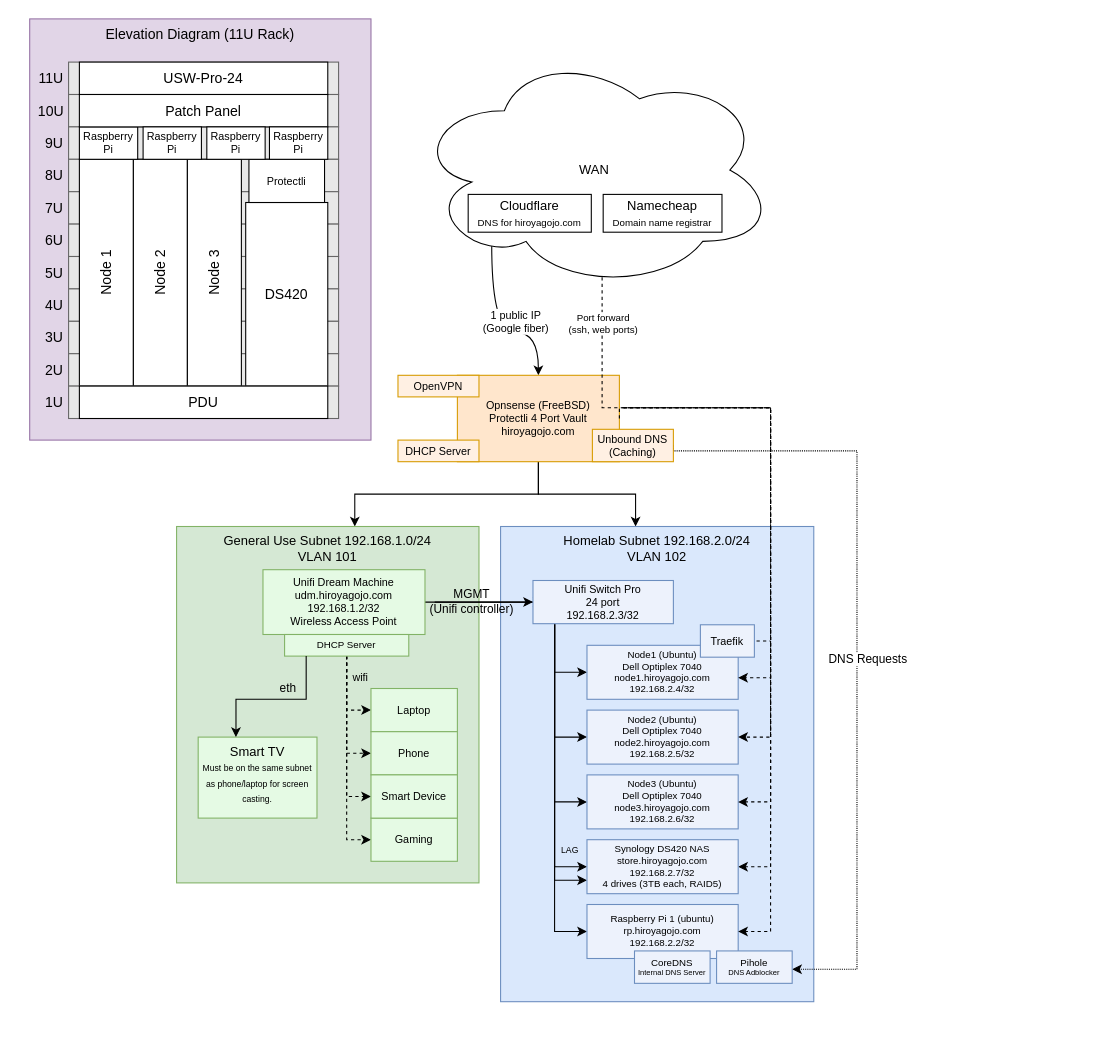
Above: homelab.drawio in HiDoYa/homelab (draw.io), before the change. Source tidied: cells renumbered, new cells numbered last; positions are measured from the earlier drawing's top-left corner, leaving out a move shared by most shapes. Both pictures are drawn from the tidied source at 108%, with x=0, y=0 at pixel (18, 18).
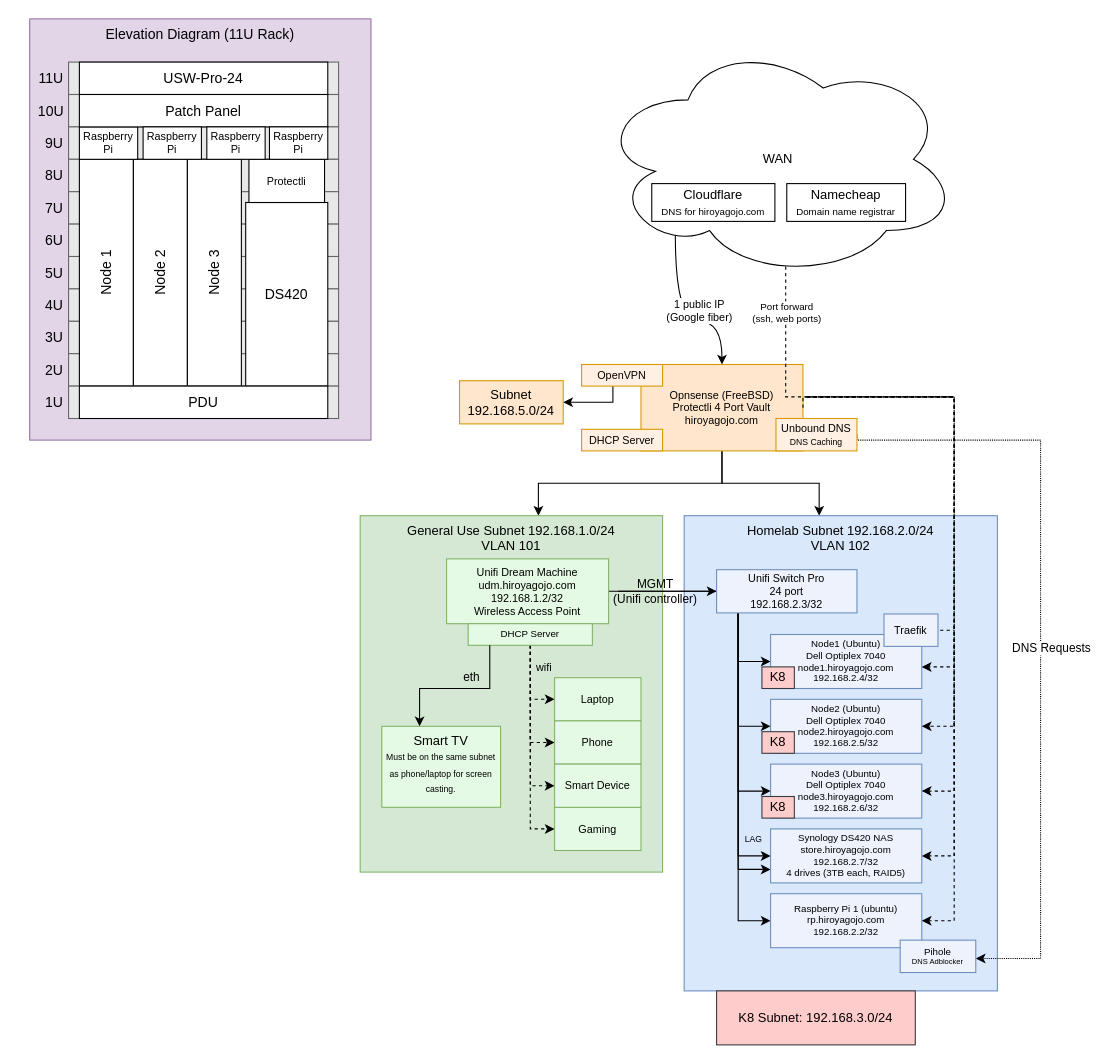
The same page after the edit.

Diff of the diagram source:
```diff
@@
     <mxCell id="14" style="edgeStyle=orthogonalEdgeStyle;rounded=0;jettySize=auto;html=1;fontSize=11;startArrow=classic;startFill=1;endArrow=none;endFill=0;" parent="1" edge="1" source="15" target="20">
       <mxGeometry relative="1" as="geometry">
         <Array as="points">
-          <mxPoint x="311" y="440" />
-          <mxPoint x="481" y="440" />
+          <mxPoint x="481" y="430" />
+          <mxPoint x="651" y="430" />
         </Array>
       </mxGeometry>
     </mxCell>
     <mxCell id="15" value="General Use Subnet 192.168.1.0/24&lt;br&gt;VLAN 101" style="rounded=0;whiteSpace=wrap;html=1;verticalAlign=top;fillColor=#d5e8d4;strokeColor=#82b366;" parent="1" vertex="1">
-      <mxGeometry x="146" y="470" width="280" height="330" as="geometry" />
+      <mxGeometry x="316" y="460" width="280" height="330" as="geometry" />
     </mxCell>
     <mxCell id="16" style="edgeStyle=orthogonalEdgeStyle;rounded=0;jettySize=auto;html=1;fontSize=11;startArrow=classic;startFill=1;endArrow=none;endFill=0;" parent="1" edge="1" source="17" target="20">
       <mxGeometry relative="1" as="geometry">
         <Array as="points">
-          <mxPoint x="571" y="440" />
-          <mxPoint x="481" y="440" />
+          <mxPoint x="741" y="430" />
+          <mxPoint x="651" y="430" />
         </Array>
       </mxGeometry>
     </mxCell>
     <mxCell id="17" value="Homelab Subnet 192.168.2.0/24&lt;br&gt;VLAN 102" style="rounded=0;whiteSpace=wrap;html=1;verticalAlign=top;fillColor=#dae8fc;strokeColor=#6c8ebf;" parent="1" vertex="1">
-      <mxGeometry x="446" y="470" width="290" height="440" as="geometry" />
+      <mxGeometry x="616" y="460" width="290" height="440" as="geometry" />
     </mxCell>
     <mxCell id="18" value="DNS Requests" style="edgeStyle=orthogonalEdgeStyle;rounded=0;jettySize=auto;html=1;fontSize=11;exitX=1;exitY=0.5;exitDx=0;exitDy=0;dashed=1;dashPattern=1 1;" parent="1" edge="1" source="45" target="58">
       <mxGeometry x="0.03" y="10" relative="1" as="geometry">
         <Array as="points">
-          <mxPoint x="606" y="400" />
-          <mxPoint x="776" y="400" />
-          <mxPoint x="776" y="880" />
+          <mxPoint x="776" y="390" />
+          <mxPoint x="946" y="390" />
+          <mxPoint x="946" y="870" />
         </Array>
       </mxGeometry>
     </mxCell>
@@
     <mxCell id="20" value="Opnsense (FreeBSD)&lt;br style=&quot;font-size: 10px;&quot;&gt;Protectli 4 Port Vault&lt;br style=&quot;font-size: 10px;&quot;&gt;hiroyagojo.com" style="rounded=0;whiteSpace=wrap;html=1;fillColor=#ffe6cc;strokeColor=#d79b00;fontSize=10;" parent="1" vertex="1">
-      <mxGeometry x="406" y="330" width="150" height="80" as="geometry" />
+      <mxGeometry x="576" y="320" width="150" height="80" as="geometry" />
     </mxCell>
     <mxCell id="21" value="MGMT &lt;br&gt;(Unifi controller)" style="edgeStyle=orthogonalEdgeStyle;rounded=0;orthogonalLoop=1;jettySize=auto;html=1;entryX=0;entryY=0.5;entryDx=0;entryDy=0;labelBackgroundColor=none;" parent="1" edge="1">
       <mxGeometry x="-0.32" relative="1" as="geometry">
-        <mxPoint x="385" y="540" as="sourcePoint" />
-        <mxPoint x="485" y="540" as="targetPoint" />
+        <mxPoint x="555" y="530" as="sourcePoint" />
+        <mxPoint x="655" y="530" as="targetPoint" />
       </mxGeometry>
     </mxCell>
@@
     <mxCell id="23" value="Unifi Dream Machine&lt;br style=&quot;font-size: 10px;&quot;&gt;udm.hiroyagojo.com&lt;br&gt;192.168.1.2/32&lt;br style=&quot;font-size: 10px;&quot;&gt;Wireless Access Point" style="rounded=0;whiteSpace=wrap;html=1;fontSize=10;fillColor=#E5FAE4;strokeColor=#82B366;" parent="1" vertex="1">
-      <mxGeometry x="226" y="510" width="150" height="60" as="geometry" />
+      <mxGeometry x="396" y="500" width="150" height="60" as="geometry" />
     </mxCell>
     <mxCell id="24" style="edgeStyle=orthogonalEdgeStyle;rounded=0;jettySize=auto;html=1;entryX=0;entryY=0.5;entryDx=0;entryDy=0;fontSize=9;" parent="1" edge="1" source="30" target="35">
       <mxGeometry relative="1" as="geometry">
         <Array as="points">
-          <mxPoint x="496" y="605" />
+          <mxPoint x="666" y="595" />
         </Array>
       </mxGeometry>
     </mxCell>
     <mxCell id="25" style="edgeStyle=orthogonalEdgeStyle;rounded=0;jettySize=auto;html=1;entryX=0;entryY=0.5;entryDx=0;entryDy=0;fontSize=9;" parent="1" edge="1" source="30" target="36">
       <mxGeometry relative="1" as="geometry">
         <Array as="points">
-          <mxPoint x="496" y="665" />
+          <mxPoint x="666" y="655" />
         </Array>
       </mxGeometry>
     </mxCell>
     <mxCell id="26" style="edgeStyle=orthogonalEdgeStyle;rounded=0;jettySize=auto;html=1;entryX=0;entryY=0.5;entryDx=0;entryDy=0;fontSize=9;" parent="1" edge="1" source="30" target="37">
       <mxGeometry relative="1" as="geometry">
         <Array as="points">
-          <mxPoint x="496" y="725" />
+          <mxPoint x="666" y="715" />
         </Array>
       </mxGeometry>
     </mxCell>
     <mxCell id="27" style="edgeStyle=orthogonalEdgeStyle;rounded=0;jettySize=auto;html=1;entryX=0;entryY=0.5;entryDx=0;entryDy=0;fontSize=9;" parent="1" edge="1" source="30" target="38">
       <mxGeometry relative="1" as="geometry">
         <Array as="points">
-          <mxPoint x="496" y="845" />
+          <mxPoint x="666" y="835" />
         </Array>
       </mxGeometry>
     </mxCell>
     <mxCell id="28" value="LAG" style="edgeStyle=orthogonalEdgeStyle;rounded=0;jettySize=auto;html=1;entryX=0;entryY=0.5;entryDx=0;entryDy=0;fontSize=8;startArrow=none;startFill=0;endArrow=classic;endFill=1;labelBackgroundColor=none;" parent="1" edge="1" source="30" target="47">
       <mxGeometry x="0.65" y="14" relative="1" as="geometry">
         <Array as="points">
-          <mxPoint x="496" y="785" />
+          <mxPoint x="666" y="775" />
         </Array>
       </mxGeometry>
     </mxCell>
     <mxCell id="29" style="edgeStyle=orthogonalEdgeStyle;rounded=0;jettySize=auto;html=1;entryX=0;entryY=0.75;entryDx=0;entryDy=0;labelBackgroundColor=none;" parent="1" edge="1" target="47">
       <mxGeometry relative="1" as="geometry">
-        <mxPoint x="496" y="560" as="sourcePoint" />
+        <mxPoint x="666" y="550" as="sourcePoint" />
         <Array as="points">
-          <mxPoint x="496" y="798" />
+          <mxPoint x="666" y="788" />
         </Array>
       </mxGeometry>
     </mxCell>
     <mxCell id="30" value="Unifi Switch Pro&lt;br style=&quot;font-size: 10px;&quot;&gt;24 port&lt;br style=&quot;font-size: 10px;&quot;&gt;192.168.2.3/32" style="rounded=0;whiteSpace=wrap;html=1;fontSize=10;fillColor=#EDF2FC;strokeColor=#6c8ebf;" parent="1" vertex="1">
-      <mxGeometry x="476" y="520" width="130" height="40" as="geometry" />
+      <mxGeometry x="646" y="510" width="130" height="40" as="geometry" />
     </mxCell>
     <mxCell id="31" style="edgeStyle=orthogonalEdgeStyle;rounded=0;jettySize=auto;html=1;dashed=1;fontSize=9;exitX=0.521;exitY=0.951;exitDx=0;exitDy=0;exitPerimeter=0;endArrow=none;endFill=0;" parent="1" edge="1" source="33">
       <mxGeometry relative="1" as="geometry">
-        <mxPoint x="696" y="360" as="targetPoint" />
+        <mxPoint x="866" y="350" as="targetPoint" />
         <Array as="points">
-          <mxPoint x="540" y="360" />
+          <mxPoint x="710" y="350" />
         </Array>
       </mxGeometry>
     </mxCell>
@@
     <mxCell id="33" value="WAN" style="ellipse;shape=cloud;whiteSpace=wrap;html=1;verticalAlign=middle;" parent="1" vertex="1">
-      <mxGeometry x="366" y="30" width="334" height="220" as="geometry" />
+      <mxGeometry x="536" y="20" width="334" height="220" as="geometry" />
     </mxCell>
     <mxCell id="34" value="Smart TV&lt;br&gt;&lt;font style=&quot;font-size: 8px;&quot;&gt;Must be on the same subnet as phone/laptop for screen casting.&lt;/font&gt;" style="rounded=0;whiteSpace=wrap;html=1;horizontal=1;verticalAlign=top;fillColor=#E5FAE4;strokeColor=#82B366;" parent="1" vertex="1">
-      <mxGeometry x="166" y="665" width="110" height="75" as="geometry" />
+      <mxGeometry x="336" y="655" width="110" height="75" as="geometry" />
     </mxCell>
     <mxCell id="35" value="Node1 (Ubuntu)&lt;br&gt;Dell Optiplex 7040&lt;br style=&quot;font-size: 9px;&quot;&gt;node1.hiroyagojo.com&lt;br&gt;192.168.2.4/32" style="rounded=0;whiteSpace=wrap;html=1;fontSize=9;fillColor=#EDF2FC;strokeColor=#6c8ebf;" parent="1" vertex="1">
-      <mxGeometry x="526" y="580" width="140" height="50" as="geometry" />
+      <mxGeometry x="696" y="570" width="140" height="50" as="geometry" />
     </mxCell>
     <mxCell id="36" value="Node2 (Ubuntu)&lt;br&gt;Dell Optiplex 7040&lt;br&gt;node2.hiroyagojo.com&lt;br&gt;192.168.2.5/32" style="rounded=0;whiteSpace=wrap;html=1;fontSize=9;fillColor=#EDF2FC;strokeColor=#6c8ebf;" parent="1" vertex="1">
-      <mxGeometry x="526" y="640" width="140" height="50" as="geometry" />
+      <mxGeometry x="696" y="630" width="140" height="50" as="geometry" />
     </mxCell>
     <mxCell id="37" value="Node3 (Ubuntu)&lt;br&gt;Dell Optiplex 7040&lt;br&gt;node3.hiroyagojo.com&lt;br&gt;192.168.2.6/32" style="rounded=0;whiteSpace=wrap;html=1;fontSize=9;fillColor=#EDF2FC;strokeColor=#6c8ebf;" parent="1" vertex="1">
-      <mxGeometry x="526" y="700" width="140" height="50" as="geometry" />
+      <mxGeometry x="696" y="690" width="140" height="50" as="geometry" />
     </mxCell>
     <mxCell id="38" value="Raspberry Pi 1 (ubuntu)&lt;br&gt;rp.hiroyagojo.com&lt;br&gt;192.168.2.2/32" style="rounded=0;whiteSpace=wrap;html=1;fontSize=9;fillColor=#EDF2FC;strokeColor=#6c8ebf;" parent="1" vertex="1">
-      <mxGeometry x="526" y="820" width="140" height="50" as="geometry" />
+      <mxGeometry x="696" y="810" width="140" height="50" as="geometry" />
     </mxCell>
     <mxCell id="39" style="edgeStyle=orthogonalEdgeStyle;rounded=0;jettySize=auto;html=1;dashed=1;fontSize=11;startArrow=none;startFill=0;endArrow=classic;endFill=1;entryX=1;entryY=0.5;entryDx=0;entryDy=0;" parent="1" edge="1" target="47">
       <mxGeometry x="-0.26" y="5" relative="1" as="geometry">
-        <mxPoint x="560" y="360" as="sourcePoint" />
+        <mxPoint x="730" y="350" as="sourcePoint" />
         <Array as="points">
-          <mxPoint x="696" y="360" />
-          <mxPoint x="696" y="785" />
+          <mxPoint x="866" y="350" />
+          <mxPoint x="866" y="775" />
         </Array>
       </mxGeometry>
     </mxCell>
     <mxCell id="40" style="edgeStyle=orthogonalEdgeStyle;rounded=0;jettySize=auto;html=1;entryX=1;entryY=0.5;entryDx=0;entryDy=0;fontSize=8;startArrow=none;startFill=0;endArrow=classic;endFill=1;dashed=1;" parent="1" edge="1" target="38">
       <mxGeometry relative="1" as="geometry">
-        <mxPoint x="560" y="360" as="sourcePoint" />
+        <mxPoint x="730" y="350" as="sourcePoint" />
         <Array as="points">
-          <mxPoint x="696" y="360" />
-          <mxPoint x="696" y="845" />
+          <mxPoint x="866" y="350" />
+          <mxPoint x="866" y="835" />
         </Array>
       </mxGeometry>
     </mxCell>
     <mxCell id="41" style="edgeStyle=orthogonalEdgeStyle;rounded=0;jettySize=auto;html=1;entryX=1;entryY=0.5;entryDx=0;entryDy=0;fontSize=8;startArrow=none;startFill=0;endArrow=classic;endFill=1;dashed=1;" parent="1" edge="1" target="37">
       <mxGeometry relative="1" as="geometry">
-        <mxPoint x="560" y="360" as="sourcePoint" />
+        <mxPoint x="730" y="350" as="sourcePoint" />
         <Array as="points">
-          <mxPoint x="696" y="360" />
-          <mxPoint x="696" y="725" />
+          <mxPoint x="866" y="350" />
+          <mxPoint x="866" y="715" />
         </Array>
       </mxGeometry>
     </mxCell>
     <mxCell id="42" style="edgeStyle=orthogonalEdgeStyle;rounded=0;jettySize=auto;html=1;entryX=1;entryY=0.5;entryDx=0;entryDy=0;fontSize=8;startArrow=none;startFill=0;endArrow=classic;endFill=1;dashed=1;exitX=1;exitY=0.5;exitDx=0;exitDy=0;" parent="1" edge="1" source="20" target="36">
       <mxGeometry relative="1" as="geometry">
         <Array as="points">
-          <mxPoint x="556" y="360" />
-          <mxPoint x="696" y="360" />
-          <mxPoint x="696" y="665" />
+          <mxPoint x="726" y="350" />
+          <mxPoint x="866" y="350" />
+          <mxPoint x="866" y="655" />
         </Array>
       </mxGeometry>
     </mxCell>
     <mxCell id="43" style="edgeStyle=orthogonalEdgeStyle;rounded=0;jettySize=auto;html=1;entryX=1;entryY=0.6;entryDx=0;entryDy=0;entryPerimeter=0;fontSize=8;startArrow=none;startFill=0;endArrow=classic;endFill=1;dashed=1;" parent="1" edge="1" target="35">
       <mxGeometry relative="1" as="geometry">
-        <mxPoint x="560" y="360" as="sourcePoint" />
+        <mxPoint x="730" y="350" as="sourcePoint" />
         <Array as="points">
-          <mxPoint x="606" y="360" />
-          <mxPoint x="696" y="360" />
-          <mxPoint x="696" y="610" />
+          <mxPoint x="776" y="350" />
+          <mxPoint x="866" y="350" />
+          <mxPoint x="866" y="600" />
         </Array>
       </mxGeometry>
     </mxCell>
+    <mxCell id="87" style="edgeStyle=orthogonalEdgeStyle;rounded=0;jettySize=auto;html=1;entryX=1;entryY=0.5;entryDx=0;entryDy=0;" parent="1" edge="1" source="44" target="88">
+      <mxGeometry relative="1" as="geometry">
+        <Array as="points">
+          <mxPoint x="550" y="355" />
+        </Array>
+      </mxGeometry>
+    </mxCell>
     <mxCell id="44" value="OpenVPN" style="rounded=0;whiteSpace=wrap;html=1;fontSize=10;fillColor=#FFF0E3;strokeColor=#d79b00;" parent="1" vertex="1">
-      <mxGeometry x="351" y="330" width="75" height="20" as="geometry" />
+      <mxGeometry x="521" y="320" width="75" height="20" as="geometry" />
     </mxCell>
-    <mxCell id="45" value="Unbound DNS&lt;br&gt;(Caching)" style="rounded=0;whiteSpace=wrap;html=1;fontSize=10;fillColor=#FFF0E3;strokeColor=#d79b00;" parent="1" vertex="1">
-      <mxGeometry x="531" y="380" width="75" height="30" as="geometry" />
+    <mxCell id="45" value="Unbound DNS&lt;br&gt;&lt;font style=&quot;font-size: 8px;&quot;&gt;DNS Caching&lt;/font&gt;" style="rounded=0;whiteSpace=wrap;html=1;fontSize=10;fillColor=#FFF0E3;strokeColor=#d79b00;" parent="1" vertex="1">
+      <mxGeometry x="701" y="370" width="75" height="30" as="geometry" />
     </mxCell>
     <mxCell id="46" value="DHCP Server" style="rounded=0;whiteSpace=wrap;html=1;fontSize=10;fillColor=#FFF0E3;strokeColor=#d79b00;" parent="1" vertex="1">
-      <mxGeometry x="351" y="390" width="75" height="20" as="geometry" />
+      <mxGeometry x="521" y="380" width="75" height="20" as="geometry" />
     </mxCell>
     <mxCell id="47" value="Synology DS420 NAS&lt;br&gt;store.hiroyagojo.com&lt;br&gt;192.168.2.7/32&lt;br&gt;4 drives (3TB each, RAID5)" style="rounded=0;whiteSpace=wrap;html=1;fontSize=9;fillColor=#EDF2FC;strokeColor=#6c8ebf;" parent="1" vertex="1">
-      <mxGeometry x="526" y="760" width="140" height="50" as="geometry" />
+      <mxGeometry x="696" y="750" width="140" height="50" as="geometry" />
     </mxCell>
@@
     <mxCell id="52" value="DHCP Server" style="rounded=0;whiteSpace=wrap;html=1;fontSize=9;fillColor=#E5FAE4;strokeColor=#82B366;" parent="1" vertex="1">
-      <mxGeometry x="246" y="570" width="115" height="20" as="geometry" />
+      <mxGeometry x="416" y="560" width="115" height="20" as="geometry" />
     </mxCell>
     <mxCell id="53" value="eth" style="edgeStyle=orthogonalEdgeStyle;rounded=0;jettySize=auto;html=1;startArrow=classic;startFill=1;endArrow=none;endFill=0;labelBackgroundColor=none;" parent="1" edge="1" source="34">
       <mxGeometry x="0.19" y="10" relative="1" as="geometry">
-        <mxPoint x="266" y="590" as="targetPoint" />
+        <mxPoint x="436" y="580" as="targetPoint" />
         <Array as="points">
-          <mxPoint x="201" y="630" />
-          <mxPoint x="266" y="630" />
-          <mxPoint x="266" y="590" />
+          <mxPoint x="371" y="620" />
+          <mxPoint x="436" y="620" />
+          <mxPoint x="436" y="580" />
         </Array>
       </mxGeometry>
     </mxCell>
     <mxCell id="54" value="Laptop" style="rounded=0;whiteSpace=wrap;html=1;fontSize=10;fillColor=#E5FAE4;strokeColor=#82B366;direction=south;" parent="1" vertex="1">
-      <mxGeometry x="326" y="620" width="80" height="40" as="geometry" />
+      <mxGeometry x="496" y="610" width="80" height="40" as="geometry" />
     </mxCell>
     <mxCell id="55" value="Phone" style="rounded=0;whiteSpace=wrap;html=1;fontSize=10;fillColor=#E5FAE4;strokeColor=#82B366;direction=south;" parent="1" vertex="1">
-      <mxGeometry x="326" y="660" width="80" height="40" as="geometry" />
+      <mxGeometry x="496" y="650" width="80" height="40" as="geometry" />
     </mxCell>
     <mxCell id="56" value="Gaming" style="rounded=0;whiteSpace=wrap;html=1;fontSize=10;fillColor=#E5FAE4;strokeColor=#82B366;direction=south;" parent="1" vertex="1">
-      <mxGeometry x="326" y="740" width="80" height="40" as="geometry" />
+      <mxGeometry x="496" y="730" width="80" height="40" as="geometry" />
     </mxCell>
     <mxCell id="57" value="Smart Device" style="rounded=0;whiteSpace=wrap;html=1;fontSize=10;fillColor=#E5FAE4;strokeColor=#82B366;direction=south;" parent="1" vertex="1">
-      <mxGeometry x="326" y="700" width="80" height="40" as="geometry" />
+      <mxGeometry x="496" y="690" width="80" height="40" as="geometry" />
     </mxCell>
     <mxCell id="58" value="&lt;font style=&quot;&quot;&gt;&lt;font style=&quot;font-size: 9px;&quot;&gt;Pihole&lt;/font&gt;&lt;br style=&quot;&quot;&gt;&lt;/font&gt;&lt;font style=&quot;font-size: 7px;&quot;&gt;DNS Adblocker&lt;br&gt;&lt;/font&gt;" style="rounded=0;whiteSpace=wrap;html=1;fontSize=6;fillColor=#EDF2FC;strokeColor=#6c8ebf;" parent="1" vertex="1">
-      <mxGeometry x="646" y="863" width="70" height="30" as="geometry" />
+      <mxGeometry x="816" y="853" width="70" height="30" as="geometry" />
     </mxCell>
@@
     <mxCell id="76" value="Cloudflare&lt;br&gt;&lt;font style=&quot;font-size: 9px;&quot;&gt;DNS for hiroyagojo.com&lt;/font&gt;" style="rounded=0;whiteSpace=wrap;html=1;" parent="1" vertex="1">
-      <mxGeometry x="416" y="162.5" width="114" height="35" as="geometry" />
+      <mxGeometry x="586" y="152.5" width="114" height="35" as="geometry" />
     </mxCell>
     <mxCell id="77" value="Namecheap&lt;br style=&quot;font-size: 11px;&quot;&gt;&lt;font style=&quot;font-size: 9px;&quot;&gt;Domain name registrar&lt;/font&gt;" style="rounded=0;whiteSpace=wrap;html=1;" parent="1" vertex="1">
-      <mxGeometry x="541" y="162.5" width="110" height="35" as="geometry" />
+      <mxGeometry x="711" y="152.5" width="110" height="35" as="geometry" />
     </mxCell>
@@
     <mxCell id="84" style="edgeStyle=orthogonalEdgeStyle;rounded=0;orthogonalLoop=1;jettySize=auto;html=1;endArrow=none;endFill=0;dashed=1;" parent="1" edge="1">
       <mxGeometry relative="1" as="geometry">
-        <mxPoint x="677" y="576" as="sourcePoint" />
-        <mxPoint x="696" y="576" as="targetPoint" />
+        <mxPoint x="847" y="566" as="sourcePoint" />
+        <mxPoint x="866" y="566" as="targetPoint" />
         <Array as="points">
-          <mxPoint x="686" y="576" />
-          <mxPoint x="686" y="576" />
+          <mxPoint x="856" y="566" />
+          <mxPoint x="856" y="566" />
         </Array>
       </mxGeometry>
     </mxCell>
     <mxCell id="85" value="&lt;font size=&quot;1&quot;&gt;Traefik&lt;/font&gt;" style="rounded=0;whiteSpace=wrap;html=1;fontSize=6;fillColor=#EDF2FC;strokeColor=#6c8ebf;" parent="1" vertex="1">
-      <mxGeometry x="631" y="561" width="50" height="30" as="geometry" />
+      <mxGeometry x="801" y="551" width="50" height="30" as="geometry" />
     </mxCell>
-    <mxCell id="86" value="&lt;font style=&quot;&quot;&gt;&lt;font style=&quot;font-size: 9px;&quot;&gt;CoreDNS&lt;/font&gt;&lt;br&gt;&lt;font style=&quot;font-size: 7px;&quot;&gt;Internal DNS Server&lt;/font&gt;&lt;/font&gt;" style="rounded=0;whiteSpace=wrap;html=1;fontSize=6;fillColor=#EDF2FC;strokeColor=#6c8ebf;" parent="1" vertex="1">
-      <mxGeometry x="570" y="863" width="70" height="30" as="geometry" />
-    </mxCell>
+    <mxCell id="88" value="Subnet 192.168.5.0/24" style="text;html=1;align=center;verticalAlign=middle;whiteSpace=wrap;rounded=0;strokeColor=#d79b00;fillColor=#ffe6cc;" parent="1" vertex="1">
+      <mxGeometry x="408" y="335" width="96" height="40" as="geometry" />
+    </mxCell>
+    <mxCell id="89" value="K8" style="rounded=0;whiteSpace=wrap;html=1;strokeColor=#36393d;fontSize=12;fillColor=#ffcccc;" parent="1" vertex="1">
+      <mxGeometry x="688" y="600" width="30" height="20" as="geometry" />
+    </mxCell>
+    <mxCell id="90" value="K8" style="rounded=0;whiteSpace=wrap;html=1;strokeColor=#36393d;fontSize=12;fillColor=#ffcccc;" parent="1" vertex="1">
+      <mxGeometry x="688" y="660" width="30" height="20" as="geometry" />
+    </mxCell>
+    <mxCell id="91" value="K8" style="rounded=0;whiteSpace=wrap;html=1;strokeColor=#36393d;fontSize=12;fillColor=#ffcccc;" parent="1" vertex="1">
+      <mxGeometry x="688" y="720" width="30" height="20" as="geometry" />
+    </mxCell>
+    <mxCell id="92" value="K8 Subnet: 192.168.3.0/24" style="rounded=0;whiteSpace=wrap;html=1;strokeColor=#36393d;fontSize=12;fillColor=#ffcccc;" parent="1" vertex="1">
+      <mxGeometry x="646" y="900" width="184" height="50" as="geometry" />
+    </mxCell>
```
